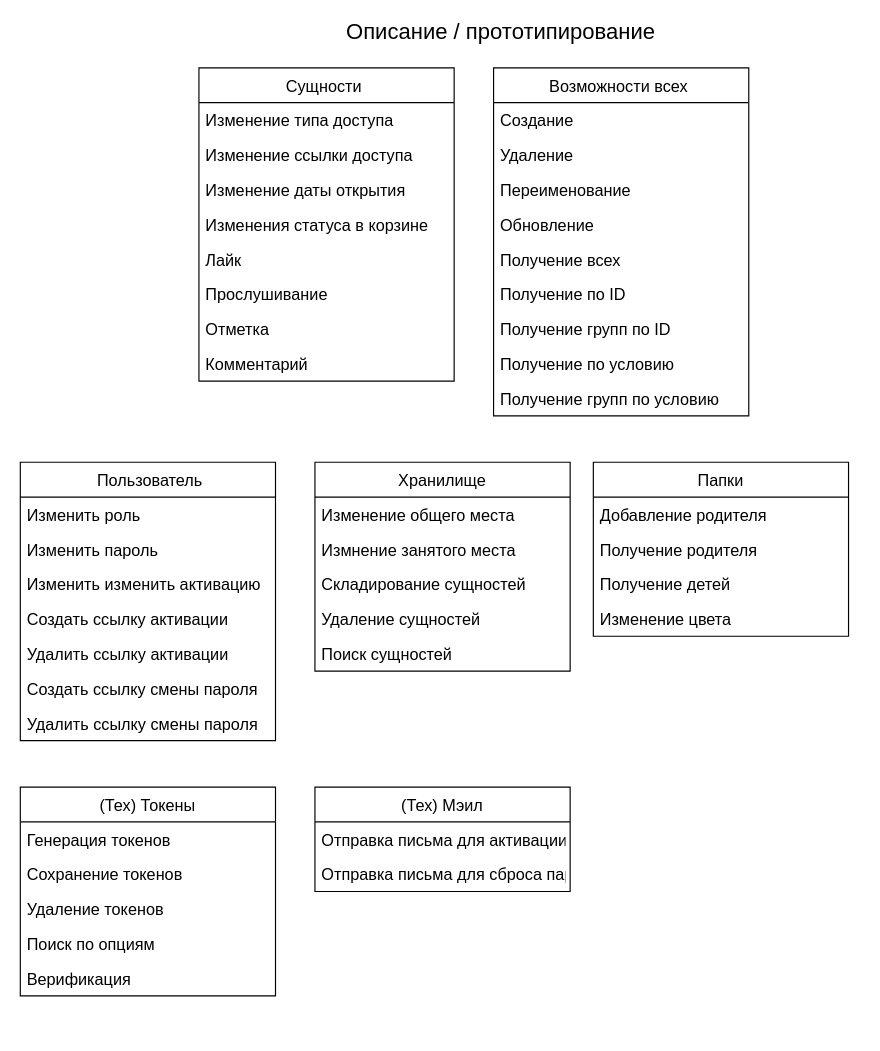
Above: page "Описание сущностей" (1 of 3) of project.drawio in WheatleyCODE/storage-server (draw.io), before the change. Source tidied: cells renumbered, new cells numbered last; positions are measured from the earlier drawing's top-left corner, leaving out a move shared by most shapes. Both pictures are drawn from the tidied source at 116%, with x=0, y=0 at pixel (20, 21).
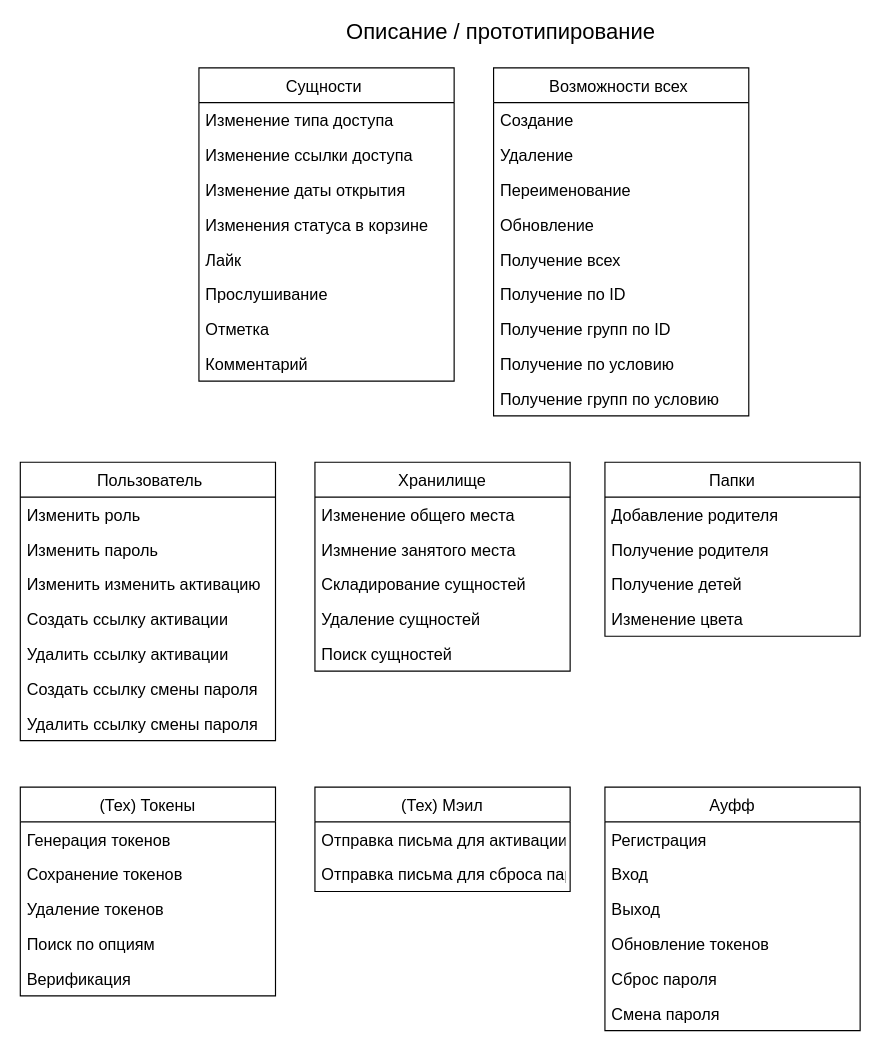
The same page after the edit.

Diff of the diagram source:
```diff
@@
     <mxCell id="21" value="Папки" style="swimlane;fontStyle=0;horizontal=1;startSize=30;fontSize=14;" parent="1" vertex="1">
-      <mxGeometry x="494" y="380" width="220" height="150" as="geometry" />
+      <mxGeometry x="504" y="380" width="220" height="150" as="geometry" />
     </mxCell>
@@
+    <mxCell id="50" value="Ауфф" style="swimlane;fontStyle=0;horizontal=1;startSize=30;fontSize=14;" parent="1" vertex="1">
+      <mxGeometry x="504" y="660" width="220" height="210" as="geometry" />
+    </mxCell>
+    <mxCell id="51" value="Регистрация" style="text;strokeColor=none;fillColor=none;align=left;verticalAlign=middle;spacingLeft=4;spacingRight=4;overflow=hidden;fontSize=14;" parent="50" vertex="1">
+      <mxGeometry y="30" width="220" height="30" as="geometry" />
+    </mxCell>
+    <mxCell id="52" value="Вход" style="text;strokeColor=none;fillColor=none;align=left;verticalAlign=middle;spacingLeft=4;spacingRight=4;overflow=hidden;fontSize=14;" parent="50" vertex="1">
+      <mxGeometry y="60" width="220" height="30" as="geometry" />
+    </mxCell>
+    <mxCell id="53" value="Выход" style="text;strokeColor=none;fillColor=none;align=left;verticalAlign=middle;spacingLeft=4;spacingRight=4;overflow=hidden;fontSize=14;" parent="50" vertex="1">
+      <mxGeometry y="90" width="220" height="30" as="geometry" />
+    </mxCell>
+    <mxCell id="54" value="Обновление токенов" style="text;strokeColor=none;fillColor=none;align=left;verticalAlign=middle;spacingLeft=4;spacingRight=4;overflow=hidden;fontSize=14;" parent="50" vertex="1">
+      <mxGeometry y="120" width="220" height="30" as="geometry" />
+    </mxCell>
+    <mxCell id="55" value="Сброс пароля" style="text;strokeColor=none;fillColor=none;align=left;verticalAlign=middle;spacingLeft=4;spacingRight=4;overflow=hidden;fontSize=14;" parent="50" vertex="1">
+      <mxGeometry y="150" width="220" height="30" as="geometry" />
+    </mxCell>
+    <mxCell id="56" value="Смена пароля" style="text;strokeColor=none;fillColor=none;align=left;verticalAlign=middle;spacingLeft=4;spacingRight=4;overflow=hidden;fontSize=14;" parent="50" vertex="1">
+      <mxGeometry y="180" width="220" height="30" as="geometry" />
+    </mxCell>
```
